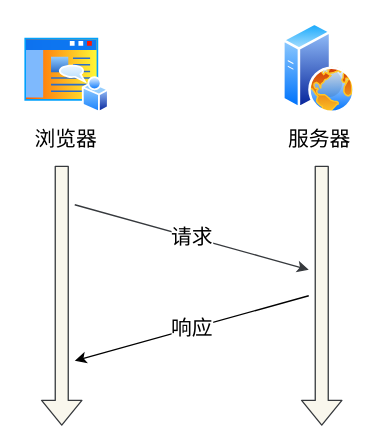
xiaolincoder/ImageHost4 keeps this draw.io diagram as 网络/长连接/未命名绘图.drawio. Above is the earlier version. Source tidied: cells renumbered, new cells numbered last; positions are measured from the earlier drawing's top-left corner, leaving out a move shared by most shapes. Both pictures are drawn from the tidied source at 130%, with x=0, y=0 at pixel (22, 22).
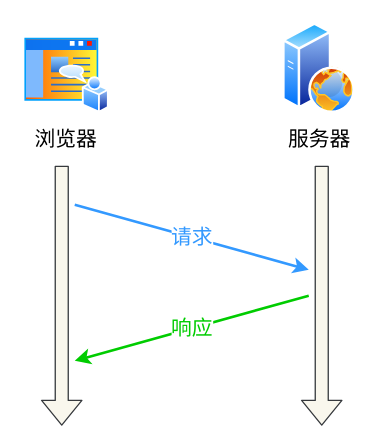
Above is the later version.

Diff of the diagram source:
```diff
@@
 <mxGraphModel>
   <root>
     <mxCell id="0" />
     <mxCell id="1" parent="0" />
     <mxCell id="2" style="shape=flexArrow;endArrow=classic;html=1;fontSize=16;fillColor=#f9f7ed;strokeColor=#36393d;" parent="1" edge="1">
       <mxGeometry relative="1" as="geometry">
         <mxPoint x="30" y="110" as="sourcePoint" />
         <mxPoint x="30" y="310" as="targetPoint" />
       </mxGeometry>
     </mxCell>
     <mxCell id="3" style="shape=flexArrow;endArrow=classic;html=1;fontSize=16;fillColor=#f9f7ed;strokeColor=#36393d;" parent="1" edge="1">
       <mxGeometry relative="1" as="geometry">
         <mxPoint x="230" y="110" as="sourcePoint" />
         <mxPoint x="230" y="310" as="targetPoint" />
       </mxGeometry>
     </mxCell>
-    <mxCell id="4" value="请求" style="endArrow=classic;html=1;fontSize=16;fillColor=#ffff88;strokeColor=#36393d;" parent="1" edge="1">
+    <mxCell id="4" value="请求" style="endArrow=classic;html=1;fontSize=16;fillColor=#ffff88;strokeWidth=2;strokeColor=#3399FF;fontColor=#3399FF;" parent="1" edge="1">
       <mxGeometry relative="1" as="geometry">
         <mxPoint x="40" y="140" as="sourcePoint" />
         <mxPoint x="220" y="190" as="targetPoint" />
       </mxGeometry>
     </mxCell>
-    <mxCell id="5" value="响应" style="endArrow=classic;html=1;fontSize=16;" parent="1" edge="1">
+    <mxCell id="5" value="响应" style="endArrow=classic;html=1;fontSize=16;strokeWidth=2;strokeColor=#00CC00;fontColor=#00CC00;" parent="1" edge="1">
       <mxGeometry relative="1" as="geometry">
         <mxPoint x="220" y="210" as="sourcePoint" />
         <mxPoint x="40" y="260" as="targetPoint" />
       </mxGeometry>
     </mxCell>
     <mxCell id="6" value="服务器" style="perimeter=ellipsePerimeter;html=1;align=center;shadow=0;dashed=0;spacingTop=3;image;image=img/lib/active_directory/web_server.svg;fontSize=16;" parent="1" vertex="1">
       <mxGeometry x="200" width="56" height="70" as="geometry" />
     </mxCell>
     <mxCell id="7" value="浏览器" style="perimeter=ellipsePerimeter;html=1;align=center;shadow=0;dashed=0;spacingTop=3;image;image=img/lib/active_directory/home_page.svg;fontSize=16;" parent="1" vertex="1">
       <mxGeometry y="10" width="66.7" height="60" as="geometry" />
     </mxCell>
   </root>
 </mxGraphModel>
```
